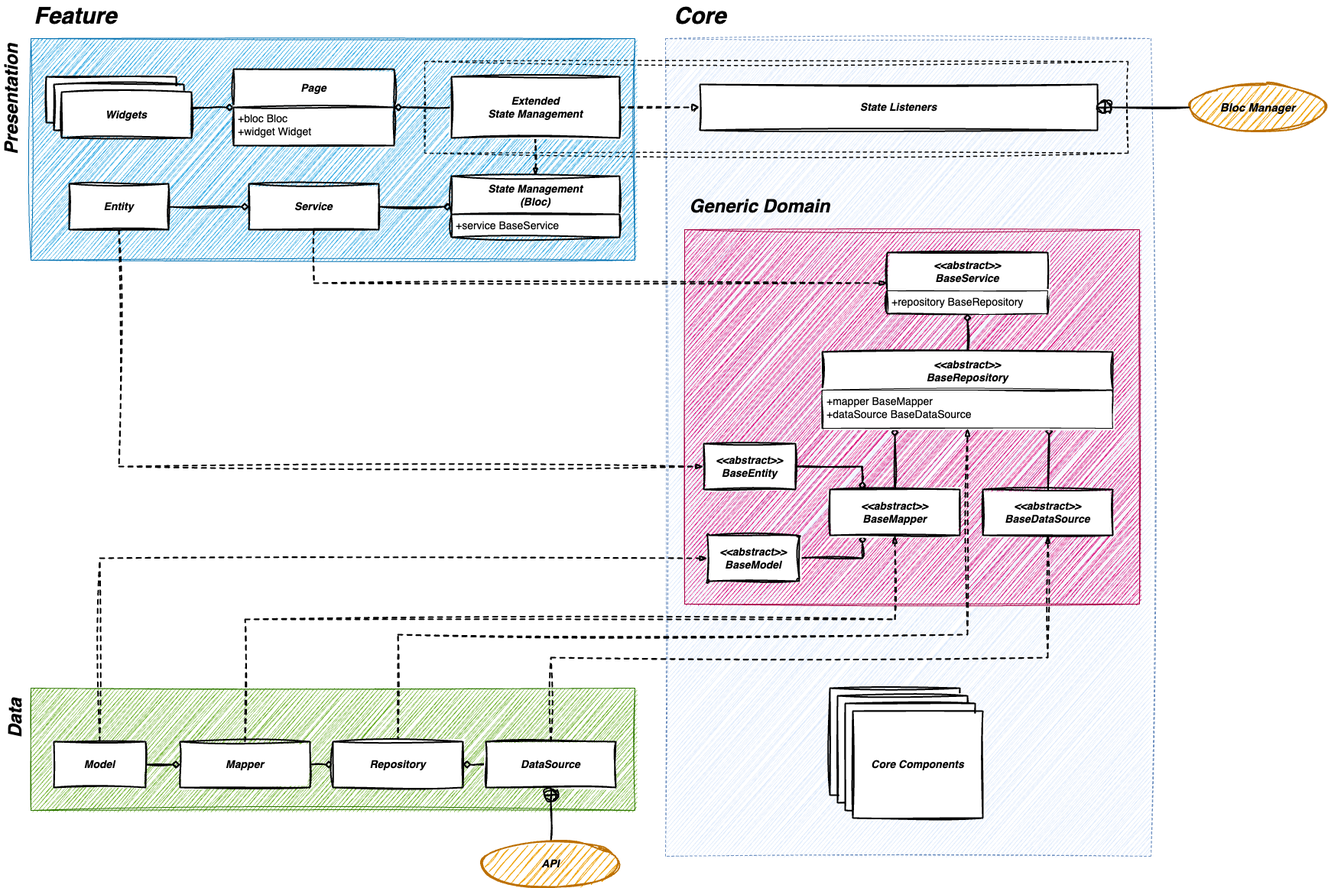
Above: architecture_generic_domain.drawio.png in hamed-rezaee/flutter_component_architecture_poc (draw.io), before the change. Source tidied: cells renumbered, new cells last; positions are measured from the earlier drawing's top-left corner, leaving out a move shared by most shapes.
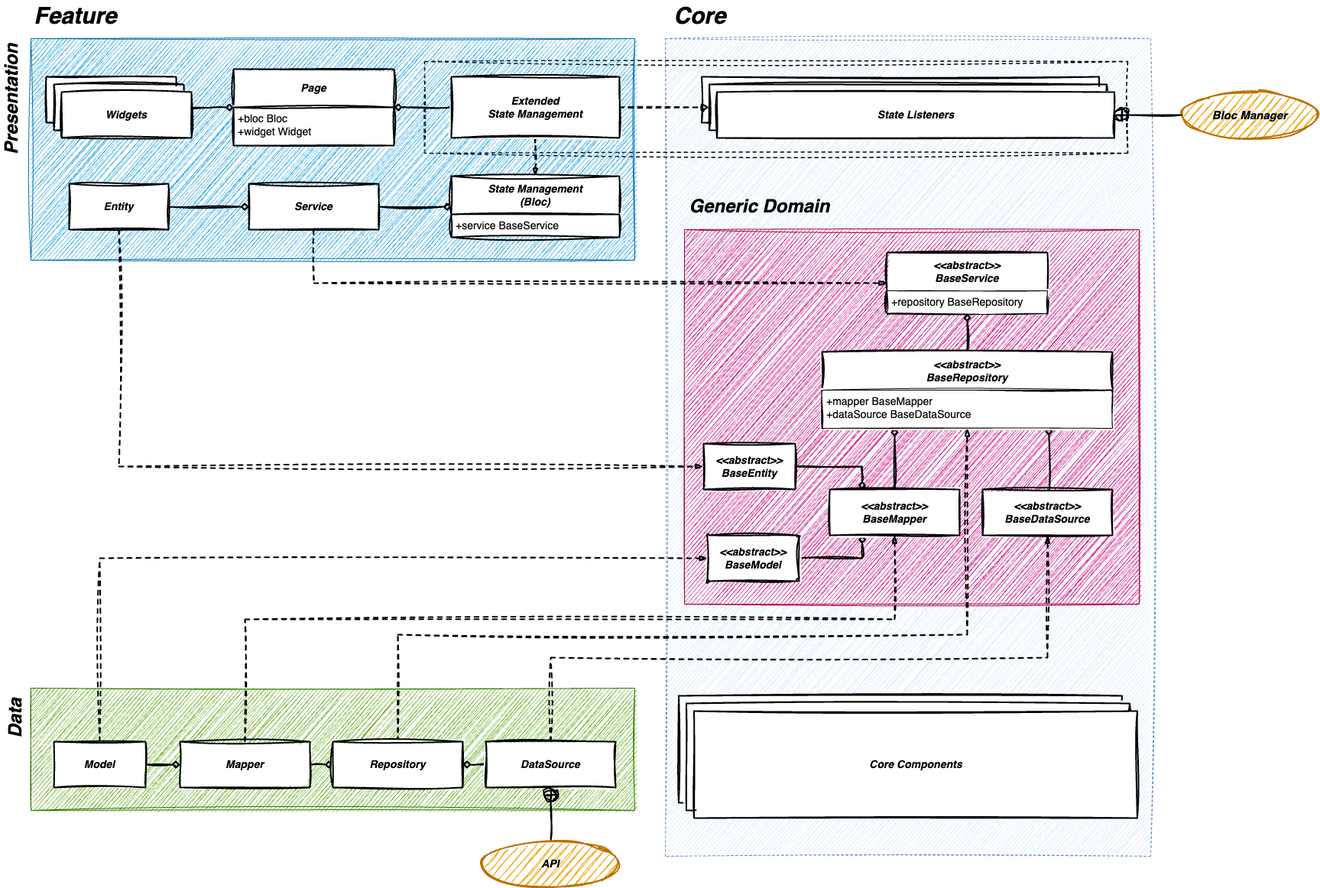
The same file after the commit.

Commit message:
update generic domain diagram

The edit, as a diff of the source:
```diff
@@ -178,20 +178,20 @@
       <mxGeometry x="590" y="100" width="220" height="80" as="geometry" />
     </mxCell>
     <mxCell id="45" value="&lt;font style=&quot;font-size: 15px;&quot;&gt;&lt;i&gt;Bloc Manager&lt;/i&gt;&lt;/font&gt;" style="ellipse;whiteSpace=wrap;html=1;fontStyle=1;fontSize=12;fillColor=#f0a30a;strokeColor=#BD7000;sketch=1;curveFitting=1;jiggle=2;strokeWidth=2;fontColor=#000000;" parent="1" vertex="1">
-      <mxGeometry x="1555" y="110" width="180" height="60" as="geometry" />
+      <mxGeometry x="1545" y="120" width="180" height="60" as="geometry" />
     </mxCell>
+    <mxCell id="47" value="&lt;b&gt;&lt;i&gt;&lt;font style=&quot;font-size: 14px;&quot;&gt;State Listeners&lt;br&gt;&lt;/font&gt;&lt;/i&gt;&lt;/b&gt;" style="rounded=0;whiteSpace=wrap;html=1;sketch=1;curveFitting=1;jiggle=2;fontSize=14;fontStyle=0;startSize=50;strokeWidth=2;shadow=0;dashed=0;arcSize=4;" parent="1" vertex="1">
+      <mxGeometry x="917.5" y="100" width="520" height="60" as="geometry" />
+    </mxCell>
-    <mxCell id="46" style="edgeStyle=orthogonalEdgeStyle;rounded=0;jettySize=auto;html=1;entryX=0;entryY=0.5;entryDx=0;entryDy=0;sketch=1;curveFitting=1;jiggle=2;endArrow=block;endFill=1;dashed=1;strokeWidth=2;exitX=1;exitY=0.5;exitDx=0;exitDy=0;" parent="1" edge="1" source="44" target="47">
+    <mxCell id="46" style="edgeStyle=orthogonalEdgeStyle;rounded=0;jettySize=auto;html=1;sketch=1;curveFitting=1;jiggle=2;endArrow=block;endFill=1;dashed=1;strokeWidth=2;exitX=1;exitY=0.5;exitDx=0;exitDy=0;entryX=0;entryY=0.5;entryDx=0;entryDy=0;" parent="1" edge="1" source="44" target="65">
       <mxGeometry relative="1" as="geometry" />
     </mxCell>
-    <mxCell id="47" value="&lt;b&gt;&lt;i&gt;&lt;font style=&quot;font-size: 14px;&quot;&gt;State Listeners&lt;br&gt;&lt;/font&gt;&lt;/i&gt;&lt;/b&gt;" style="rounded=0;whiteSpace=wrap;html=1;sketch=1;curveFitting=1;jiggle=2;fontSize=14;fontStyle=0;startSize=50;strokeWidth=2;shadow=0;dashed=0;arcSize=4;" parent="1" vertex="1">
-      <mxGeometry x="915" y="110" width="520" height="60" as="geometry" />
-    </mxCell>
+    <mxCell id="49" style="edgeStyle=orthogonalEdgeStyle;rounded=0;jettySize=auto;html=1;exitX=0.5;exitY=0;exitDx=0;exitDy=0;entryX=0;entryY=0.5;entryDx=0;entryDy=0;endArrow=blockThin;endFill=1;sketch=1;curveFitting=1;jiggle=2;dashed=1;strokeWidth=2;" parent="1" edge="1" source="51" target="8">
+      <mxGeometry relative="1" as="geometry" />
+    </mxCell>
-    <mxCell id="48" style="edgeStyle=orthogonalEdgeStyle;rounded=0;jettySize=auto;html=1;exitX=0;exitY=0.5;exitDx=0;exitDy=0;endArrow=circlePlus;endFill=0;sketch=1;curveFitting=1;jiggle=2;entryX=1;entryY=0.5;entryDx=0;entryDy=0;strokeWidth=2;" parent="1" edge="1" source="45" target="47">
+    <mxCell id="48" style="edgeStyle=orthogonalEdgeStyle;rounded=0;jettySize=auto;html=1;exitX=0;exitY=0.5;exitDx=0;exitDy=0;endArrow=circlePlus;endFill=0;sketch=1;curveFitting=1;jiggle=2;strokeWidth=2;entryX=1;entryY=0.5;entryDx=0;entryDy=0;" parent="1" edge="1" source="45" target="66">
       <mxGeometry relative="1" as="geometry" />
     </mxCell>
-    <mxCell id="49" style="edgeStyle=orthogonalEdgeStyle;rounded=0;jettySize=auto;html=1;exitX=0.5;exitY=0;exitDx=0;exitDy=0;entryX=0;entryY=0.5;entryDx=0;entryDy=0;endArrow=blockThin;endFill=1;sketch=1;curveFitting=1;jiggle=2;dashed=1;strokeWidth=2;" parent="1" edge="1" source="51" target="8">
-      <mxGeometry relative="1" as="geometry" />
-    </mxCell>
     <mxCell id="50" style="edgeStyle=orthogonalEdgeStyle;rounded=0;jettySize=auto;html=1;exitX=1;exitY=0.5;exitDx=0;exitDy=0;entryX=0;entryY=0.5;entryDx=0;entryDy=0;endArrow=diamond;endFill=0;sketch=1;curveFitting=1;jiggle=2;strokeWidth=2;" parent="1" edge="1" source="51" target="15">
       <mxGeometry relative="1" as="geometry" />
     </mxCell>
@@ -210,17 +210,8 @@
     <mxCell id="55" value="&lt;font style=&quot;font-size: 30px;&quot;&gt;Core&lt;/font&gt;" style="text;strokeColor=none;fillColor=none;html=1;fontSize=24;fontStyle=3;verticalAlign=middle;align=center;sketch=1;curveFitting=1;jiggle=2;" parent="1" vertex="1">
       <mxGeometry x="880" width="70" height="40" as="geometry" />
     </mxCell>
-    <mxCell id="56" value="&lt;b&gt;&lt;i&gt;&lt;font style=&quot;font-size: 14px;&quot;&gt;Other&lt;br&gt;Core Components&lt;br&gt;&lt;/font&gt;&lt;/i&gt;&lt;/b&gt;" style="rounded=0;whiteSpace=wrap;html=1;sketch=1;curveFitting=1;jiggle=2;fontSize=14;fontStyle=0;startSize=50;strokeWidth=2;shadow=0;dashed=0;arcSize=4;" parent="1" vertex="1">
-      <mxGeometry x="1085" y="900" width="170" height="140" as="geometry" />
-    </mxCell>
-    <mxCell id="57" value="&lt;b&gt;&lt;i&gt;&lt;font style=&quot;font-size: 14px;&quot;&gt;Other&lt;br&gt;Core Components&lt;br&gt;&lt;/font&gt;&lt;/i&gt;&lt;/b&gt;" style="rounded=0;whiteSpace=wrap;html=1;sketch=1;curveFitting=1;jiggle=2;fontSize=14;fontStyle=0;startSize=50;strokeWidth=2;shadow=0;dashed=0;arcSize=4;" parent="1" vertex="1">
-      <mxGeometry x="1095" y="910" width="170" height="140" as="geometry" />
-    </mxCell>
-    <mxCell id="58" value="&lt;b&gt;&lt;i&gt;&lt;font style=&quot;font-size: 14px;&quot;&gt;Other&lt;br&gt;Core Components&lt;br&gt;&lt;/font&gt;&lt;/i&gt;&lt;/b&gt;" style="rounded=0;whiteSpace=wrap;html=1;sketch=1;curveFitting=1;jiggle=2;fontSize=14;fontStyle=0;startSize=50;strokeWidth=2;shadow=0;dashed=0;arcSize=4;" parent="1" vertex="1">
-      <mxGeometry x="1105" y="920" width="170" height="140" as="geometry" />
-    </mxCell>
     <mxCell id="59" value="&lt;b&gt;&lt;i&gt;&lt;font style=&quot;font-size: 14px;&quot;&gt;Core Components&lt;br&gt;&lt;/font&gt;&lt;/i&gt;&lt;/b&gt;" style="rounded=0;whiteSpace=wrap;html=1;sketch=1;curveFitting=1;jiggle=2;fontSize=14;fontStyle=0;startSize=50;strokeWidth=2;shadow=0;dashed=0;arcSize=4;" parent="1" vertex="1">
-      <mxGeometry x="1115" y="930" width="170" height="140" as="geometry" />
+      <mxGeometry x="887.5" y="910" width="580" height="140" as="geometry" />
     </mxCell>
     <mxCell id="60" value="&lt;font style=&quot;font-size: 30px;&quot;&gt;Feature&lt;/font&gt;" style="text;strokeColor=none;fillColor=none;html=1;fontSize=24;fontStyle=3;verticalAlign=middle;align=center;sketch=1;curveFitting=1;jiggle=2;" parent="1" vertex="1">
       <mxGeometry x="40" width="115" height="40" as="geometry" />
@@ -231,5 +222,17 @@
     <mxCell id="62" value="&lt;b&gt;&lt;i&gt;&lt;font style=&quot;font-size: 14px;&quot;&gt;Widgets&lt;br&gt;&lt;/font&gt;&lt;/i&gt;&lt;/b&gt;" style="rounded=0;whiteSpace=wrap;html=1;sketch=1;curveFitting=1;jiggle=2;fontSize=14;fontStyle=0;startSize=50;strokeWidth=2;shadow=0;dashed=0;arcSize=4;" parent="1" vertex="1">
       <mxGeometry x="80" y="120" width="170" height="60" as="geometry" />
     </mxCell>
+    <mxCell id="63" value="&lt;b&gt;&lt;i&gt;&lt;font style=&quot;font-size: 14px;&quot;&gt;Core Components&lt;br&gt;&lt;/font&gt;&lt;/i&gt;&lt;/b&gt;" style="rounded=0;whiteSpace=wrap;html=1;sketch=1;curveFitting=1;jiggle=2;fontSize=14;fontStyle=0;startSize=50;strokeWidth=2;shadow=0;dashed=0;arcSize=4;" parent="1" vertex="1">
+      <mxGeometry x="897.5" y="920" width="580" height="140" as="geometry" />
+    </mxCell>
+    <mxCell id="64" value="&lt;b&gt;&lt;i&gt;&lt;font style=&quot;font-size: 14px;&quot;&gt;Core Components&lt;br&gt;&lt;/font&gt;&lt;/i&gt;&lt;/b&gt;" style="rounded=0;whiteSpace=wrap;html=1;sketch=1;curveFitting=1;jiggle=2;fontSize=14;fontStyle=0;startSize=50;strokeWidth=2;shadow=0;dashed=0;arcSize=4;" parent="1" vertex="1">
+      <mxGeometry x="907.5" y="930" width="580" height="140" as="geometry" />
+    </mxCell>
+    <mxCell id="65" value="&lt;b&gt;&lt;i&gt;&lt;font style=&quot;font-size: 14px;&quot;&gt;State Listeners&lt;br&gt;&lt;/font&gt;&lt;/i&gt;&lt;/b&gt;" style="rounded=0;whiteSpace=wrap;html=1;sketch=1;curveFitting=1;jiggle=2;fontSize=14;fontStyle=0;startSize=50;strokeWidth=2;shadow=0;dashed=0;arcSize=4;" parent="1" vertex="1">
+      <mxGeometry x="927.5" y="110" width="520" height="60" as="geometry" />
+    </mxCell>
+    <mxCell id="66" value="&lt;b&gt;&lt;i&gt;&lt;font style=&quot;font-size: 14px;&quot;&gt;State Listeners&lt;br&gt;&lt;/font&gt;&lt;/i&gt;&lt;/b&gt;" style="rounded=0;whiteSpace=wrap;html=1;sketch=1;curveFitting=1;jiggle=2;fontSize=14;fontStyle=0;startSize=50;strokeWidth=2;shadow=0;dashed=0;arcSize=4;" parent="1" vertex="1">
+      <mxGeometry x="937.5" y="120" width="520" height="60" as="geometry" />
+    </mxCell>
   </root>
 </mxGraphModel>
```
